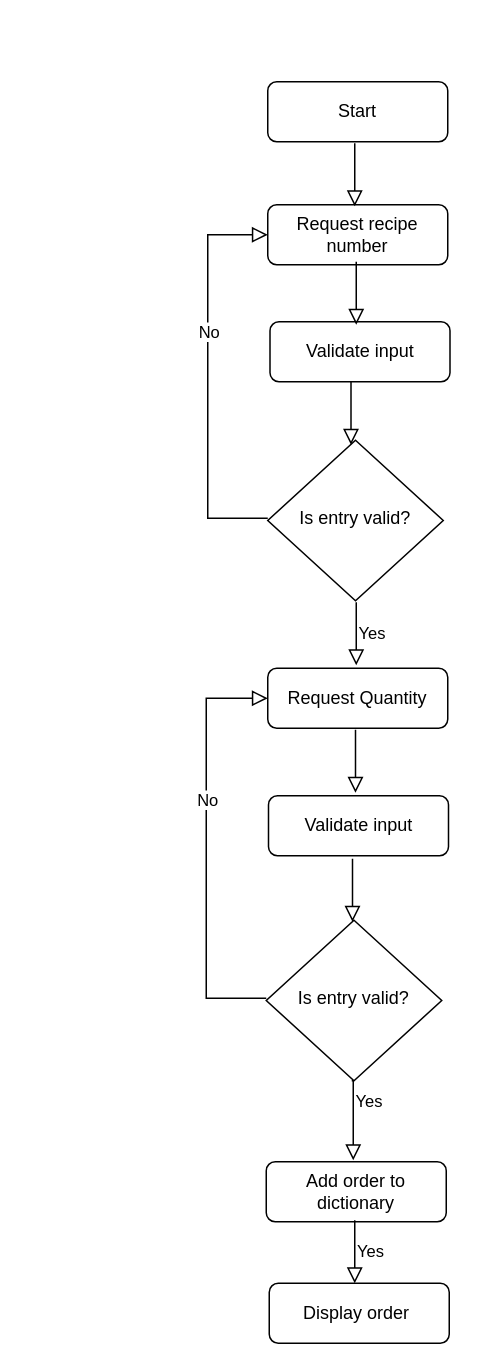
evelynfoy/first keeps this draw.io diagram as page "GetOrder" (2 of 7) of Test.drawio. Above is the earlier version. Source tidied: cells renumbered, new cells numbered last; positions are measured from the earlier drawing's top-left corner, leaving out a move shared by most shapes. Both pictures are drawn from the tidied source at 150%, with x=0, y=0 at pixel (206, 81).
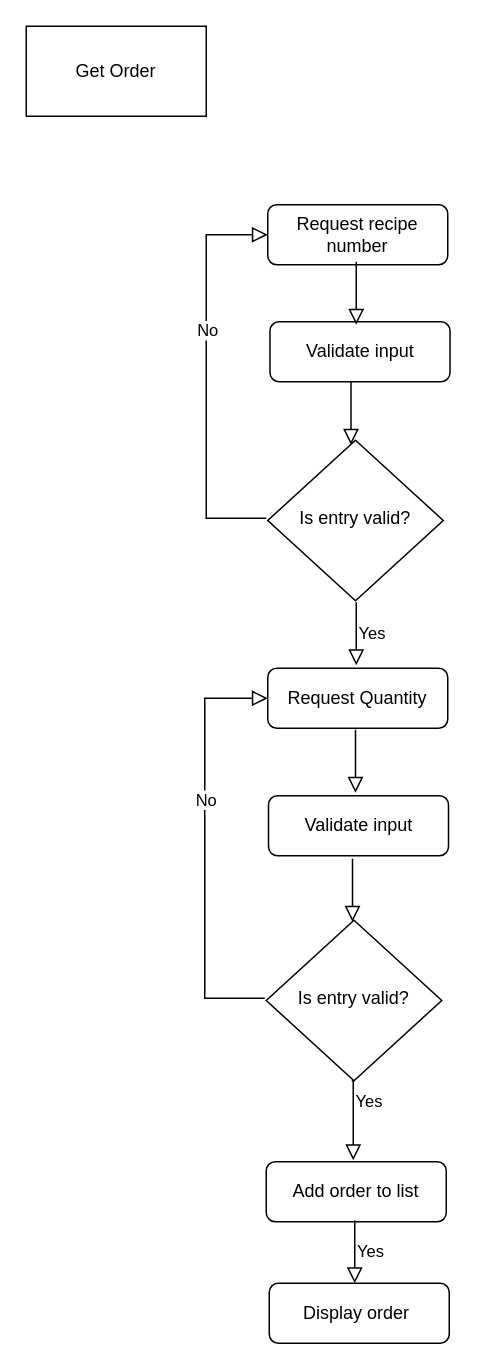
Above is the later version.

The change refers to these unchanged cells:
```xml
<mxCell id="4" value="Request Quantity&lt;br&gt;" style="rounded=1;whiteSpace=wrap;html=1;fontSize=12;glass=0;strokeWidth=1;shadow=0;" parent="1" vertex="1">
  <mxGeometry x="41" y="391" width="120" height="40" as="geometry" />
</mxCell>
<mxCell id="5" value="Request recipe number" style="rounded=1;whiteSpace=wrap;html=1;fontSize=12;glass=0;strokeWidth=1;shadow=0;" parent="1" vertex="1">
  <mxGeometry x="41" y="82" width="120" height="40" as="geometry" />
</mxCell>
```

Change to the diagram source:
```diff
@@
-    <mxCell id="2" value="Start&lt;br&gt;" style="rounded=1;whiteSpace=wrap;html=1;fontSize=12;glass=0;strokeWidth=1;shadow=0;" parent="1" vertex="1">
-      <mxGeometry x="41" width="120" height="40" as="geometry" />
-    </mxCell>
@@
     <mxCell id="10" style="rounded=0;html=1;jettySize=auto;fontSize=11;endArrow=block;endFill=0;endSize=8;strokeWidth=1;shadow=0;labelBackgroundColor=none;edgeStyle=orthogonalEdgeStyle;exitX=0;exitY=0.5;exitDx=0;exitDy=0;labelPosition=right;verticalLabelPosition=middle;align=left;verticalAlign=middle;entryX=0;entryY=0.5;entryDx=0;entryDy=0;" parent="1" edge="1" target="5">
       <mxGeometry relative="1" as="geometry">
-        <mxPoint x="41" y="291" as="sourcePoint" />
+        <mxPoint x="40" y="291" as="sourcePoint" />
         <Array as="points">
-          <mxPoint x="1" y="291" />
-          <mxPoint x="1" y="102" />
+          <mxPoint y="291" />
+          <mxPoint y="102" />
         </Array>
       </mxGeometry>
     </mxCell>
@@
-    <mxCell id="12" style="rounded=0;html=1;jettySize=auto;orthogonalLoop=1;fontSize=11;endArrow=block;endFill=0;endSize=8;strokeWidth=1;shadow=0;labelBackgroundColor=none;edgeStyle=orthogonalEdgeStyle;entryX=0.5;entryY=0;entryDx=0;entryDy=0;" parent="1" edge="1">
-      <mxGeometry relative="1" as="geometry">
-        <mxPoint x="99" y="41" as="sourcePoint" />
-        <mxPoint x="99" y="83" as="targetPoint" />
-        <Array as="points">
-          <mxPoint x="99" y="61" />
-          <mxPoint x="99" y="61" />
-        </Array>
-      </mxGeometry>
-    </mxCell>
@@
-    <mxCell id="14" value="Add order to dictionary&lt;br&gt;" style="rounded=1;whiteSpace=wrap;html=1;fontSize=12;glass=0;strokeWidth=1;shadow=0;" parent="1" vertex="1">
+    <mxCell id="14" value="Add order to list&lt;br&gt;" style="rounded=1;whiteSpace=wrap;html=1;fontSize=12;glass=0;strokeWidth=1;shadow=0;" parent="1" vertex="1">
       <mxGeometry x="40" y="720" width="120" height="40" as="geometry" />
     </mxCell>
@@
     <mxCell id="16" style="rounded=0;html=1;jettySize=auto;fontSize=11;endArrow=block;endFill=0;endSize=8;strokeWidth=1;shadow=0;labelBackgroundColor=none;edgeStyle=orthogonalEdgeStyle;exitX=0;exitY=0.5;exitDx=0;exitDy=0;labelPosition=right;verticalLabelPosition=middle;align=left;verticalAlign=middle;entryX=0;entryY=0.5;entryDx=0;entryDy=0;" parent="1" edge="1" target="4">
       <mxGeometry relative="1" as="geometry">
-        <mxPoint x="40" y="611" as="sourcePoint" />
+        <mxPoint x="39" y="611" as="sourcePoint" />
         <Array as="points">
-          <mxPoint y="611" />
-          <mxPoint y="411" />
+          <mxPoint x="-1" y="611" />
+          <mxPoint x="-1" y="411" />
         </Array>
       </mxGeometry>
     </mxCell>
@@
+    <mxCell id="23" value="Get Order&lt;br&gt;" style="whiteSpace=wrap;html=1;fontColor=#000000;" parent="1" vertex="1">
+      <mxGeometry x="-120" y="-37" width="120" height="60" as="geometry" />
+    </mxCell>
```
